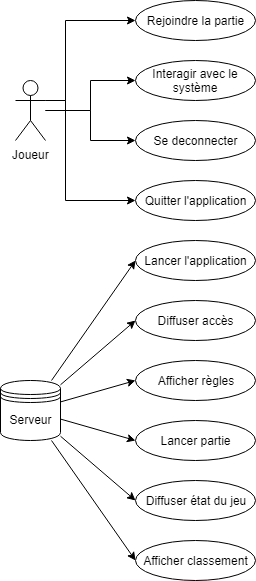
Earlier version of the draw.io export documents/diag-cu-piccadilly-game.png (GPaddle/PiccadillyGame). Source tidied: cells renumbered, new cells last; positions are measured from the earlier drawing's top-left corner, leaving out a move shared by most shapes. Source of this version:
```xml
<mxGraphModel>
  <root>
    <mxCell id="0" />
    <mxCell id="1" parent="0" />
    <mxCell id="2" style="edgeStyle=orthogonalEdgeStyle;rounded=0;jettySize=auto;html=1;entryX=0;entryY=0.5;entryDx=0;entryDy=0;" parent="1" edge="1" source="6" target="7">
      <mxGeometry relative="1" as="geometry">
        <Array as="points">
          <mxPoint x="65" y="100" />
          <mxPoint x="65" y="20" />
        </Array>
      </mxGeometry>
    </mxCell>
    <mxCell id="3" style="edgeStyle=orthogonalEdgeStyle;rounded=0;jettySize=auto;html=1;entryX=0;entryY=0.5;entryDx=0;entryDy=0;" parent="1" edge="1" source="6" target="8">
      <mxGeometry relative="1" as="geometry" />
    </mxCell>
    <mxCell id="4" style="edgeStyle=orthogonalEdgeStyle;rounded=0;jettySize=auto;html=1;entryX=0;entryY=0.5;entryDx=0;entryDy=0;" parent="1" edge="1" source="6" target="9">
      <mxGeometry relative="1" as="geometry" />
    </mxCell>
    <mxCell id="5" style="edgeStyle=orthogonalEdgeStyle;rounded=0;jettySize=auto;html=1;entryX=0;entryY=0.5;entryDx=0;entryDy=0;" parent="1" edge="1" source="6" target="10">
      <mxGeometry relative="1" as="geometry">
        <Array as="points">
          <mxPoint x="65" y="100" />
          <mxPoint x="65" y="200" />
        </Array>
      </mxGeometry>
    </mxCell>
    <mxCell id="6" value="Joueur&lt;br&gt;" style="shape=umlActor;verticalLabelPosition=bottom;labelBackgroundColor=#ffffff;verticalAlign=top;html=1;outlineConnect=0;" parent="1" vertex="1">
      <mxGeometry x="15" y="80" width="30" height="60" as="geometry" />
    </mxCell>
    <mxCell id="7" value="Rejoindre la partie" style="ellipse;whiteSpace=wrap;html=1;" parent="1" vertex="1">
      <mxGeometry x="135" width="120" height="40" as="geometry" />
    </mxCell>
    <mxCell id="8" value="Interagir avec le système" style="ellipse;whiteSpace=wrap;html=1;" parent="1" vertex="1">
      <mxGeometry x="135" y="60" width="120" height="40" as="geometry" />
    </mxCell>
    <mxCell id="9" value="Se deconnecter" style="ellipse;whiteSpace=wrap;html=1;" parent="1" vertex="1">
      <mxGeometry x="135" y="120" width="120" height="40" as="geometry" />
    </mxCell>
    <mxCell id="10" value="Quitter l'application" style="ellipse;whiteSpace=wrap;html=1;" parent="1" vertex="1">
      <mxGeometry x="135" y="180" width="120" height="40" as="geometry" />
    </mxCell>
    <mxCell id="11" style="rounded=0;jettySize=auto;html=1;entryX=0;entryY=0.5;entryDx=0;entryDy=0;" parent="1" edge="1" source="17" target="18">
      <mxGeometry relative="1" as="geometry" />
    </mxCell>
    <mxCell id="12" style="edgeStyle=none;rounded=0;jettySize=auto;html=1;entryX=0;entryY=0.5;entryDx=0;entryDy=0;" parent="1" edge="1" source="17" target="19">
      <mxGeometry relative="1" as="geometry" />
    </mxCell>
    <mxCell id="13" style="edgeStyle=none;rounded=0;jettySize=auto;html=1;entryX=0;entryY=0.5;entryDx=0;entryDy=0;" parent="1" edge="1" source="17" target="20">
      <mxGeometry relative="1" as="geometry" />
    </mxCell>
    <mxCell id="14" style="edgeStyle=none;rounded=0;jettySize=auto;html=1;entryX=0;entryY=0.5;entryDx=0;entryDy=0;" parent="1" edge="1" source="17" target="21">
      <mxGeometry relative="1" as="geometry" />
    </mxCell>
    <mxCell id="15" style="edgeStyle=none;rounded=0;jettySize=auto;html=1;entryX=0;entryY=0.5;entryDx=0;entryDy=0;" parent="1" edge="1" source="17" target="22">
      <mxGeometry relative="1" as="geometry" />
    </mxCell>
    <mxCell id="16" style="edgeStyle=none;rounded=0;jettySize=auto;html=1;entryX=0;entryY=0.5;entryDx=0;entryDy=0;" parent="1" edge="1" source="17" target="23">
      <mxGeometry relative="1" as="geometry" />
    </mxCell>
    <mxCell id="17" value="Serveur" style="shape=datastore;whiteSpace=wrap;html=1;" parent="1" vertex="1">
      <mxGeometry y="380" width="60" height="60" as="geometry" />
    </mxCell>
    <mxCell id="18" value="Lancer l'application" style="ellipse;whiteSpace=wrap;html=1;" parent="1" vertex="1">
      <mxGeometry x="135" y="240" width="120" height="40" as="geometry" />
    </mxCell>
    <mxCell id="19" value="Diffuser accès" style="ellipse;whiteSpace=wrap;html=1;" parent="1" vertex="1">
      <mxGeometry x="135" y="300" width="120" height="40" as="geometry" />
    </mxCell>
    <mxCell id="20" value="Afficher règles" style="ellipse;whiteSpace=wrap;html=1;" parent="1" vertex="1">
      <mxGeometry x="135" y="360" width="120" height="40" as="geometry" />
    </mxCell>
    <mxCell id="21" value="Lancer partie" style="ellipse;whiteSpace=wrap;html=1;" parent="1" vertex="1">
      <mxGeometry x="135" y="420" width="120" height="40" as="geometry" />
    </mxCell>
    <mxCell id="22" value="Diffuser état du jeu" style="ellipse;whiteSpace=wrap;html=1;" parent="1" vertex="1">
      <mxGeometry x="135" y="480" width="120" height="40" as="geometry" />
    </mxCell>
    <mxCell id="23" value="Afficher classement" style="ellipse;whiteSpace=wrap;html=1;" parent="1" vertex="1">
      <mxGeometry x="135" y="540" width="120" height="40" as="geometry" />
    </mxCell>
  </root>
</mxGraphModel>
```
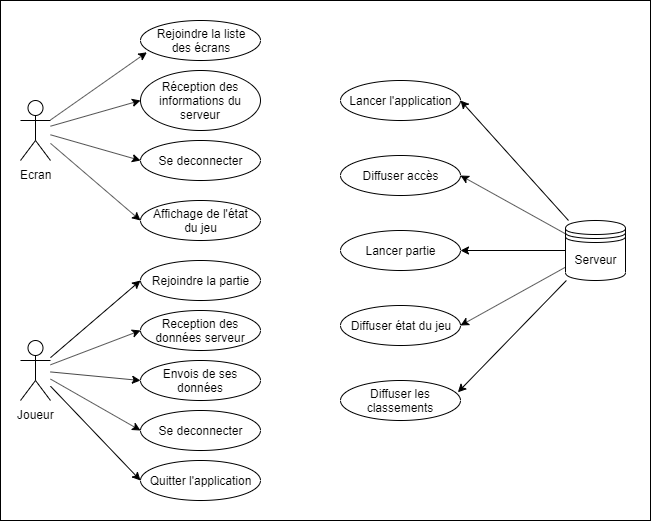
The same diagram one commit later.

Commit message:
Ajout des diagrammes

What changed in the source:
```diff
@@ -2,81 +2,101 @@
   <root>
     <mxCell id="0" />
     <mxCell id="1" parent="0" />
+    <mxCell id="24" style="rounded=0;whiteSpace=wrap;html=1;fillColor=none;" parent="1" vertex="1">
+      <mxGeometry x="55" y="-210" width="650" height="520" as="geometry" />
+    </mxCell>
-    <mxCell id="2" style="edgeStyle=orthogonalEdgeStyle;rounded=0;jettySize=auto;html=1;entryX=0;entryY=0.5;entryDx=0;entryDy=0;" parent="1" edge="1" source="6" target="7">
-      <mxGeometry relative="1" as="geometry">
-        <Array as="points">
-          <mxPoint x="65" y="100" />
-          <mxPoint x="65" y="20" />
-        </Array>
-      </mxGeometry>
+    <mxCell id="2" style="rounded=0;jettySize=auto;html=1;entryX=0;entryY=0.5;entryDx=0;entryDy=0;" parent="1" edge="1" source="6" target="7">
+      <mxGeometry relative="1" as="geometry" />
     </mxCell>
-    <mxCell id="3" style="edgeStyle=orthogonalEdgeStyle;rounded=0;jettySize=auto;html=1;entryX=0;entryY=0.5;entryDx=0;entryDy=0;" parent="1" edge="1" source="6" target="8">
+    <mxCell id="3" style="edgeStyle=none;rounded=0;jettySize=auto;html=1;entryX=0;entryY=0.5;entryDx=0;entryDy=0;" parent="1" edge="1" source="6" target="8">
       <mxGeometry relative="1" as="geometry" />
     </mxCell>
-    <mxCell id="4" style="edgeStyle=orthogonalEdgeStyle;rounded=0;jettySize=auto;html=1;entryX=0;entryY=0.5;entryDx=0;entryDy=0;" parent="1" edge="1" source="6" target="9">
+    <mxCell id="4" style="edgeStyle=none;rounded=0;jettySize=auto;html=1;entryX=0;entryY=0.5;entryDx=0;entryDy=0;" parent="1" edge="1" source="6" target="9">
       <mxGeometry relative="1" as="geometry" />
     </mxCell>
-    <mxCell id="5" style="edgeStyle=orthogonalEdgeStyle;rounded=0;jettySize=auto;html=1;entryX=0;entryY=0.5;entryDx=0;entryDy=0;" parent="1" edge="1" source="6" target="10">
-      <mxGeometry relative="1" as="geometry">
-        <Array as="points">
-          <mxPoint x="65" y="100" />
-          <mxPoint x="65" y="200" />
-        </Array>
-      </mxGeometry>
+    <mxCell id="5" style="edgeStyle=none;rounded=0;jettySize=auto;html=1;entryX=0;entryY=0.5;entryDx=0;entryDy=0;" parent="1" edge="1" source="6" target="10">
+      <mxGeometry relative="1" as="geometry" />
     </mxCell>
+    <mxCell id="25" style="edgeStyle=none;rounded=0;jettySize=auto;html=1;entryX=0;entryY=0.5;entryDx=0;entryDy=0;" parent="1" edge="1" source="6" target="35">
+      <mxGeometry relative="1" as="geometry" />
+    </mxCell>
     <mxCell id="6" value="Joueur&lt;br&gt;" style="shape=umlActor;verticalLabelPosition=bottom;labelBackgroundColor=#ffffff;verticalAlign=top;html=1;outlineConnect=0;" parent="1" vertex="1">
-      <mxGeometry x="15" y="80" width="30" height="60" as="geometry" />
+      <mxGeometry x="75" y="130" width="30" height="60" as="geometry" />
     </mxCell>
     <mxCell id="7" value="Rejoindre la partie" style="ellipse;whiteSpace=wrap;html=1;" parent="1" vertex="1">
-      <mxGeometry x="135" width="120" height="40" as="geometry" />
+      <mxGeometry x="195" y="50" width="120" height="40" as="geometry" />
     </mxCell>
-    <mxCell id="8" value="Interagir avec le système" style="ellipse;whiteSpace=wrap;html=1;" parent="1" vertex="1">
-      <mxGeometry x="135" y="60" width="120" height="40" as="geometry" />
+    <mxCell id="8" value="Envois de ses données" style="ellipse;whiteSpace=wrap;html=1;" parent="1" vertex="1">
+      <mxGeometry x="195" y="150" width="120" height="40" as="geometry" />
     </mxCell>
     <mxCell id="9" value="Se deconnecter" style="ellipse;whiteSpace=wrap;html=1;" parent="1" vertex="1">
-      <mxGeometry x="135" y="120" width="120" height="40" as="geometry" />
+      <mxGeometry x="195" y="200" width="120" height="40" as="geometry" />
     </mxCell>
     <mxCell id="10" value="Quitter l'application" style="ellipse;whiteSpace=wrap;html=1;" parent="1" vertex="1">
-      <mxGeometry x="135" y="180" width="120" height="40" as="geometry" />
+      <mxGeometry x="195" y="250" width="120" height="40" as="geometry" />
     </mxCell>
-    <mxCell id="11" style="rounded=0;jettySize=auto;html=1;entryX=0;entryY=0.5;entryDx=0;entryDy=0;" parent="1" edge="1" source="17" target="18">
+    <mxCell id="11" style="rounded=0;jettySize=auto;html=1;entryX=1;entryY=0.5;entryDx=0;entryDy=0;" parent="1" edge="1" source="17" target="18">
       <mxGeometry relative="1" as="geometry" />
     </mxCell>
-    <mxCell id="12" style="edgeStyle=none;rounded=0;jettySize=auto;html=1;entryX=0;entryY=0.5;entryDx=0;entryDy=0;" parent="1" edge="1" source="17" target="19">
+    <mxCell id="12" style="edgeStyle=none;rounded=0;jettySize=auto;html=1;entryX=1;entryY=0.5;entryDx=0;entryDy=0;" parent="1" edge="1" source="17" target="19">
       <mxGeometry relative="1" as="geometry" />
     </mxCell>
-    <mxCell id="13" style="edgeStyle=none;rounded=0;jettySize=auto;html=1;entryX=0;entryY=0.5;entryDx=0;entryDy=0;" parent="1" edge="1" source="17" target="20">
-      <mxGeometry relative="1" as="geometry" />
-    </mxCell>
-    <mxCell id="14" style="edgeStyle=none;rounded=0;jettySize=auto;html=1;entryX=0;entryY=0.5;entryDx=0;entryDy=0;" parent="1" edge="1" source="17" target="21">
+    <mxCell id="14" style="edgeStyle=none;rounded=0;jettySize=auto;html=1;entryX=1;entryY=0.5;entryDx=0;entryDy=0;" parent="1" edge="1" source="17" target="21">
       <mxGeometry relative="1" as="geometry" />
     </mxCell>
-    <mxCell id="15" style="edgeStyle=none;rounded=0;jettySize=auto;html=1;entryX=0;entryY=0.5;entryDx=0;entryDy=0;" parent="1" edge="1" source="17" target="22">
+    <mxCell id="15" style="edgeStyle=none;rounded=0;jettySize=auto;html=1;entryX=1;entryY=0.5;entryDx=0;entryDy=0;" parent="1" edge="1" source="17" target="22">
       <mxGeometry relative="1" as="geometry" />
     </mxCell>
-    <mxCell id="16" style="edgeStyle=none;rounded=0;jettySize=auto;html=1;entryX=0;entryY=0.5;entryDx=0;entryDy=0;" parent="1" edge="1" source="17" target="23">
+    <mxCell id="16" style="edgeStyle=none;rounded=0;jettySize=auto;html=1;entryX=0.978;entryY=0.295;entryDx=0;entryDy=0;entryPerimeter=0;" parent="1" edge="1" source="17" target="23">
       <mxGeometry relative="1" as="geometry" />
     </mxCell>
     <mxCell id="17" value="Serveur" style="shape=datastore;whiteSpace=wrap;html=1;" parent="1" vertex="1">
-      <mxGeometry y="380" width="60" height="60" as="geometry" />
+      <mxGeometry x="620" y="10" width="60" height="60" as="geometry" />
     </mxCell>
     <mxCell id="18" value="Lancer l'application" style="ellipse;whiteSpace=wrap;html=1;" parent="1" vertex="1">
-      <mxGeometry x="135" y="240" width="120" height="40" as="geometry" />
+      <mxGeometry x="395" y="-130" width="120" height="40" as="geometry" />
     </mxCell>
     <mxCell id="19" value="Diffuser accès" style="ellipse;whiteSpace=wrap;html=1;" parent="1" vertex="1">
-      <mxGeometry x="135" y="300" width="120" height="40" as="geometry" />
+      <mxGeometry x="395" y="-55" width="120" height="40" as="geometry" />
     </mxCell>
-    <mxCell id="20" value="Afficher règles" style="ellipse;whiteSpace=wrap;html=1;" parent="1" vertex="1">
-      <mxGeometry x="135" y="360" width="120" height="40" as="geometry" />
-    </mxCell>
     <mxCell id="21" value="Lancer partie" style="ellipse;whiteSpace=wrap;html=1;" parent="1" vertex="1">
-      <mxGeometry x="135" y="420" width="120" height="40" as="geometry" />
+      <mxGeometry x="395" y="20" width="120" height="40" as="geometry" />
     </mxCell>
     <mxCell id="22" value="Diffuser état du jeu" style="ellipse;whiteSpace=wrap;html=1;" parent="1" vertex="1">
-      <mxGeometry x="135" y="480" width="120" height="40" as="geometry" />
+      <mxGeometry x="395" y="95" width="120" height="40" as="geometry" />
     </mxCell>
-    <mxCell id="23" value="Afficher classement" style="ellipse;whiteSpace=wrap;html=1;" parent="1" vertex="1">
-      <mxGeometry x="135" y="540" width="120" height="40" as="geometry" />
+    <mxCell id="23" value="Diffuser les classements" style="ellipse;whiteSpace=wrap;html=1;" parent="1" vertex="1">
+      <mxGeometry x="395" y="170" width="120" height="40" as="geometry" />
     </mxCell>
+    <mxCell id="26" style="edgeStyle=none;rounded=0;jettySize=auto;html=1;entryX=0;entryY=0.5;entryDx=0;entryDy=0;" parent="1" edge="1" source="30" target="34">
+      <mxGeometry relative="1" as="geometry" />
+    </mxCell>
+    <mxCell id="27" style="edgeStyle=none;rounded=0;jettySize=auto;html=1;entryX=0;entryY=0.5;entryDx=0;entryDy=0;" parent="1" edge="1" source="30" target="33">
+      <mxGeometry relative="1" as="geometry" />
+    </mxCell>
+    <mxCell id="28" style="edgeStyle=none;rounded=0;jettySize=auto;html=1;entryX=0;entryY=0.5;entryDx=0;entryDy=0;" parent="1" edge="1" source="30" target="32">
+      <mxGeometry relative="1" as="geometry" />
+    </mxCell>
+    <mxCell id="29" style="edgeStyle=none;rounded=0;jettySize=auto;html=1;entryX=0.053;entryY=0.795;entryDx=0;entryDy=0;entryPerimeter=0;" parent="1" edge="1" source="30" target="31">
+      <mxGeometry relative="1" as="geometry" />
+    </mxCell>
+    <mxCell id="30" value="Ecran" style="shape=umlActor;verticalLabelPosition=bottom;labelBackgroundColor=#ffffff;verticalAlign=top;html=1;outlineConnect=0;" parent="1" vertex="1">
+      <mxGeometry x="75" y="-110" width="30" height="60" as="geometry" />
+    </mxCell>
+    <mxCell id="31" value="Rejoindre la liste&lt;br&gt;des écrans" style="ellipse;whiteSpace=wrap;html=1;" parent="1" vertex="1">
+      <mxGeometry x="195" y="-190" width="120" height="40" as="geometry" />
+    </mxCell>
+    <mxCell id="32" value="Réception des informations du serveur" style="ellipse;whiteSpace=wrap;html=1;" parent="1" vertex="1">
+      <mxGeometry x="195" y="-140" width="120" height="60" as="geometry" />
+    </mxCell>
+    <mxCell id="33" value="Se deconnecter" style="ellipse;whiteSpace=wrap;html=1;" parent="1" vertex="1">
+      <mxGeometry x="195" y="-70" width="120" height="40" as="geometry" />
+    </mxCell>
+    <mxCell id="34" value="Affichage de l'état&lt;br&gt;du jeu" style="ellipse;whiteSpace=wrap;html=1;" parent="1" vertex="1">
+      <mxGeometry x="195" y="-10" width="120" height="40" as="geometry" />
+    </mxCell>
+    <mxCell id="35" value="Reception des données serveur" style="ellipse;whiteSpace=wrap;html=1;" parent="1" vertex="1">
+      <mxGeometry x="195" y="100" width="120" height="40" as="geometry" />
+    </mxCell>
   </root>
 </mxGraphModel>
```
